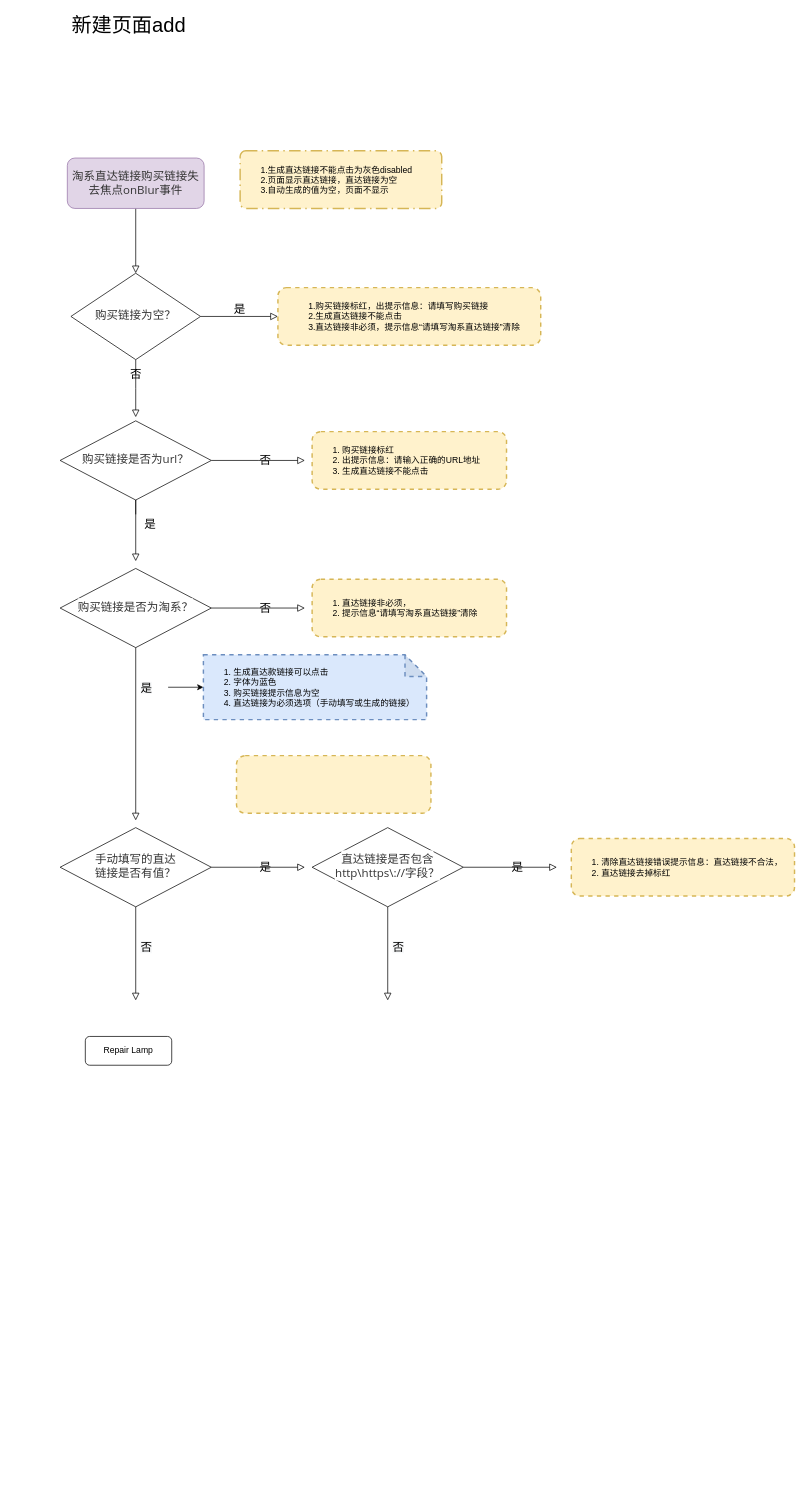
AnneLau/-algorithm_bubble keeps this draw.io diagram as 事件图.drawio. Above is the earlier version. Source tidied: cells renumbered, new cells numbered last; positions are measured from the earlier drawing's top-left corner, leaving out a move shared by most shapes. Both pictures are drawn from the tidied source at 72%, with x=0, y=0 at pixel (60, 14).
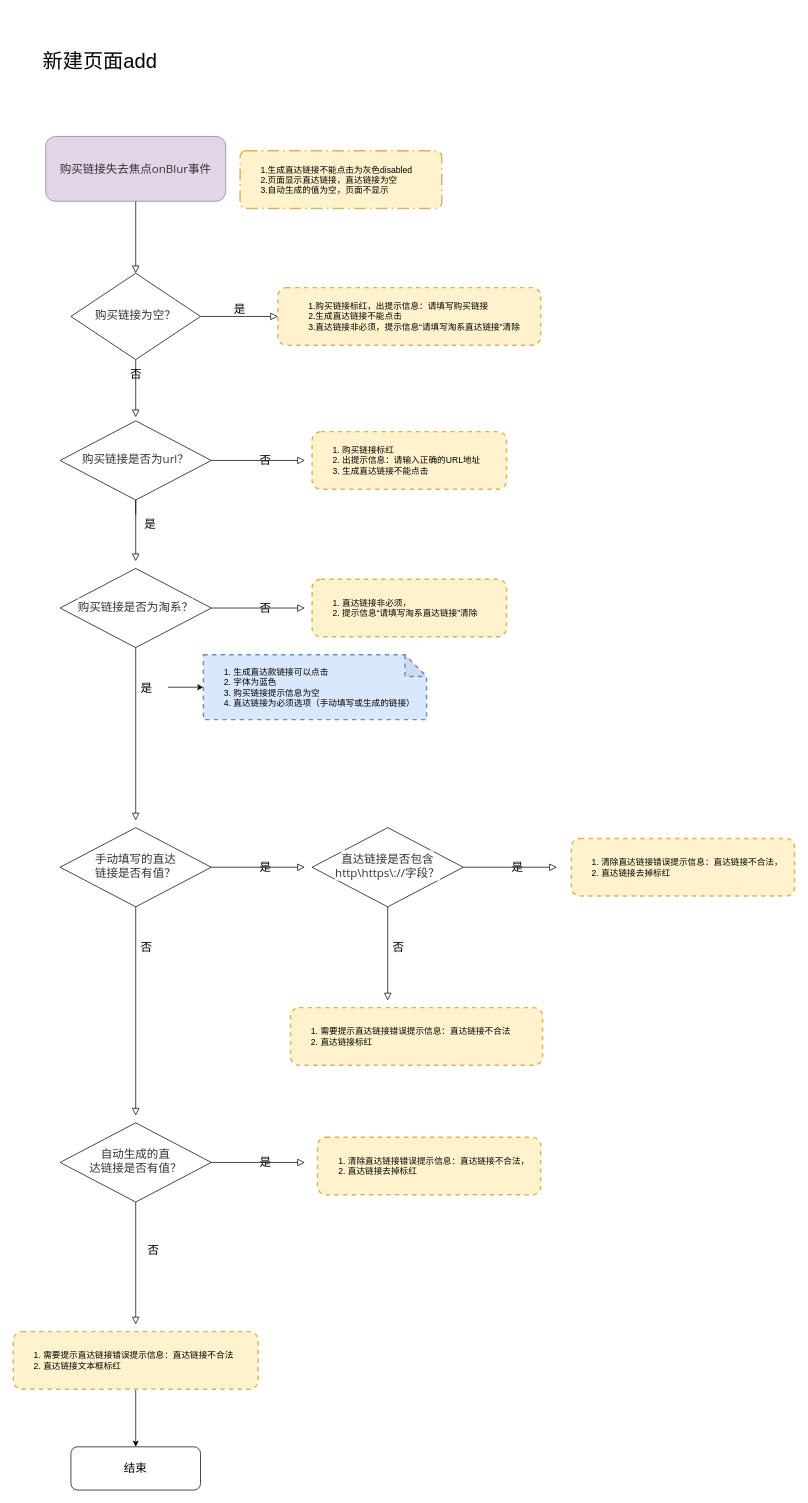
The same page after the edit.

Change to the diagram source:
```diff
@@
-<mxGraphModel>
+<mxGraphModel background="#ffffff">
@@
-    <mxCell id="3" value="&lt;font color=&quot;#333333&quot; face=&quot;open sans, clear sans, helvetica neue, helvetica, arial, sans-serif&quot;&gt;&lt;span style=&quot;font-size: 16px&quot;&gt;淘系直达链接购买链接失去焦点onBlur事件&lt;/span&gt;&lt;/font&gt;" style="rounded=1;whiteSpace=wrap;html=1;fontSize=12;glass=0;strokeWidth=1;shadow=0;fillColor=#e1d5e7;strokeColor=#9673a6;" parent="1" vertex="1">
-      <mxGeometry x="10" y="200" width="190" height="70" as="geometry" />
+    <mxCell id="3" value="&lt;font color=&quot;#333333&quot; face=&quot;open sans, clear sans, helvetica neue, helvetica, arial, sans-serif&quot;&gt;&lt;span style=&quot;font-size: 16px&quot;&gt;购买链接失去焦点onBlur事件&lt;/span&gt;&lt;/font&gt;" style="rounded=1;whiteSpace=wrap;html=1;fontSize=12;glass=0;strokeWidth=1;shadow=0;fillColor=#e1d5e7;strokeColor=#9673a6;" parent="1" vertex="1">
+      <mxGeometry x="-20" y="170" width="250" height="90" as="geometry" />
     </mxCell>
@@
-    <mxCell id="10" value="Repair Lamp" style="rounded=1;whiteSpace=wrap;html=1;fontSize=12;glass=0;strokeWidth=1;shadow=0;" parent="1" vertex="1">
-      <mxGeometry x="35" y="1420" width="120" height="40" as="geometry" />
+    <mxCell id="10" value="&lt;font style=&quot;font-size: 16px&quot;&gt;结束&lt;/font&gt;" style="rounded=1;whiteSpace=wrap;html=1;fontSize=12;glass=0;strokeWidth=1;shadow=0;" parent="1" vertex="1">
+      <mxGeometry x="15" y="1990" width="180" height="60" as="geometry" />
     </mxCell>
     <mxCell id="11" value="&lt;font style=&quot;font-size: 28px&quot;&gt;新建页面add&lt;/font&gt;" style="text;html=1;align=center;verticalAlign=middle;" parent="1" vertex="1">
-      <mxGeometry x="10" width="170" height="30" as="geometry" />
+      <mxGeometry x="-30" y="50" width="170" height="30" as="geometry" />
     </mxCell>
@@
     <mxCell id="24" style="rounded=0;html=1;jettySize=auto;orthogonalLoop=1;fontSize=11;endArrow=block;endFill=0;endSize=8;strokeWidth=1;shadow=0;labelBackgroundColor=none;edgeStyle=orthogonalEdgeStyle;" parent="1" edge="1">
       <mxGeometry relative="1" as="geometry">
         <mxPoint x="105" y="1240" as="sourcePoint" />
-        <mxPoint x="105" y="1370" as="targetPoint" />
+        <mxPoint x="105" y="1530" as="targetPoint" />
       </mxGeometry>
     </mxCell>
+    <mxCell id="32" style="edgeStyle=orthogonalEdgeStyle;rounded=0;jettySize=auto;html=1;" parent="1" edge="1" source="25" target="10">
+      <mxGeometry relative="1" as="geometry" />
+    </mxCell>
-    <mxCell id="25" value="&lt;blockquote style=&quot;margin: 0 0 0 40px ; border: none ; padding: 0px&quot;&gt;&lt;/blockquote&gt;&lt;blockquote style=&quot;margin: 0 0 0 40px ; border: none ; padding: 0px&quot;&gt;&lt;/blockquote&gt;&lt;blockquote style=&quot;margin: 0 0 0 40px ; border: none ; padding: 0px&quot;&gt;&lt;/blockquote&gt;&lt;div&gt;&lt;div&gt;&lt;br&gt;&lt;/div&gt;&lt;/div&gt;&lt;blockquote style=&quot;margin: 0 0 0 40px ; border: none ; padding: 0px&quot;&gt;&lt;/blockquote&gt;&lt;blockquote style=&quot;margin: 0 0 0 40px ; border: none ; padding: 0px&quot;&gt;&lt;/blockquote&gt;&lt;blockquote style=&quot;margin: 0 0 0 40px ; border: none ; padding: 0px&quot;&gt;&lt;/blockquote&gt;" style="rounded=1;whiteSpace=wrap;html=1;fontSize=12;glass=0;strokeWidth=2;shadow=0;align=left;fillColor=#fff2cc;strokeColor=#d6b656;dashed=1;" parent="1" vertex="1">
-      <mxGeometry x="245" y="1030" width="270" height="80" as="geometry" />
+    <mxCell id="25" value="&lt;blockquote style=&quot;margin: 0 0 0 40px ; border: none ; padding: 0px&quot;&gt;&lt;/blockquote&gt;&lt;blockquote style=&quot;margin: 0 0 0 40px ; border: none ; padding: 0px&quot;&gt;&lt;/blockquote&gt;&lt;blockquote style=&quot;margin: 0 0 0 40px ; border: none ; padding: 0px&quot;&gt;&lt;/blockquote&gt;&lt;div&gt;&lt;div&gt;&lt;ol&gt;&lt;li&gt;需要提示直达链接错误提示信息：直达链接不合法&lt;/li&gt;&lt;li&gt;直达链接文本框标红&lt;/li&gt;&lt;/ol&gt;&lt;/div&gt;&lt;/div&gt;&lt;blockquote style=&quot;margin: 0 0 0 40px ; border: none ; padding: 0px&quot;&gt;&lt;/blockquote&gt;&lt;blockquote style=&quot;margin: 0 0 0 40px ; border: none ; padding: 0px&quot;&gt;&lt;/blockquote&gt;&lt;blockquote style=&quot;margin: 0 0 0 40px ; border: none ; padding: 0px&quot;&gt;&lt;/blockquote&gt;" style="rounded=1;whiteSpace=wrap;html=1;fontSize=12;glass=0;strokeWidth=2;shadow=0;align=left;fillColor=#fff2cc;strokeColor=#d6b656;dashed=1;" parent="1" vertex="1">
+      <mxGeometry x="-65" y="1830" width="340" height="80" as="geometry" />
     </mxCell>
@@
+    <mxCell id="33" value="&lt;blockquote style=&quot;margin: 0 0 0 40px ; border: none ; padding: 0px&quot;&gt;&lt;/blockquote&gt;&lt;blockquote style=&quot;margin: 0 0 0 40px ; border: none ; padding: 0px&quot;&gt;&lt;/blockquote&gt;&lt;blockquote style=&quot;margin: 0 0 0 40px ; border: none ; padding: 0px&quot;&gt;&lt;/blockquote&gt;&lt;div&gt;&lt;ol&gt;&lt;li&gt;需要提示直达链接错误提示信息：直达链接不合法&lt;/li&gt;&lt;li&gt;直达链接标红&lt;br&gt;&lt;/li&gt;&lt;/ol&gt;&lt;/div&gt;&lt;blockquote style=&quot;margin: 0 0 0 40px ; border: none ; padding: 0px&quot;&gt;&lt;/blockquote&gt;&lt;blockquote style=&quot;margin: 0 0 0 40px ; border: none ; padding: 0px&quot;&gt;&lt;/blockquote&gt;&lt;blockquote style=&quot;margin: 0 0 0 40px ; border: none ; padding: 0px&quot;&gt;&lt;/blockquote&gt;" style="rounded=1;whiteSpace=wrap;html=1;fontSize=12;glass=0;strokeWidth=2;shadow=0;align=left;fillColor=#fff2cc;strokeColor=#d6b656;dashed=1;" parent="1" vertex="1">
+      <mxGeometry x="320" y="1380" width="350" height="80" as="geometry" />
+    </mxCell>
+    <mxCell id="34" value="&lt;font color=&quot;#333333&quot; face=&quot;open sans, clear sans, helvetica neue, helvetica, arial, sans-serif&quot;&gt;&lt;span style=&quot;font-size: 16px&quot;&gt;自动生成的直&lt;br&gt;达链接是否有值？&lt;/span&gt;&lt;/font&gt;" style="rhombus;whiteSpace=wrap;html=1;shadow=0;fontFamily=Helvetica;fontSize=12;align=center;strokeWidth=1;spacing=6;spacingTop=-4;" parent="1" vertex="1">
+      <mxGeometry y="1540" width="210" height="110" as="geometry" />
+    </mxCell>
+    <mxCell id="35" value="&lt;span style=&quot;font-size: 16px&quot;&gt;是&lt;/span&gt;" style="edgeStyle=orthogonalEdgeStyle;rounded=0;html=1;jettySize=auto;fontSize=11;endArrow=block;endFill=0;endSize=8;strokeWidth=1;shadow=0;labelBackgroundColor=none;" parent="1" edge="1" source="34">
+      <mxGeometry y="10" relative="1" as="geometry">
+        <mxPoint x="340" y="1595" as="targetPoint" />
+      </mxGeometry>
+    </mxCell>
+    <mxCell id="36" style="rounded=0;html=1;jettySize=auto;orthogonalLoop=1;fontSize=11;endArrow=block;endFill=0;endSize=8;strokeWidth=1;shadow=0;labelBackgroundColor=none;edgeStyle=orthogonalEdgeStyle;" parent="1" edge="1">
+      <mxGeometry relative="1" as="geometry">
+        <mxPoint x="105" y="1650" as="sourcePoint" />
+        <mxPoint x="105" y="1820" as="targetPoint" />
+      </mxGeometry>
+    </mxCell>
+    <mxCell id="37" value="&lt;blockquote style=&quot;margin: 0 0 0 40px ; border: none ; padding: 0px&quot;&gt;&lt;/blockquote&gt;&lt;blockquote style=&quot;margin: 0 0 0 40px ; border: none ; padding: 0px&quot;&gt;&lt;/blockquote&gt;&lt;blockquote style=&quot;margin: 0 0 0 40px ; border: none ; padding: 0px&quot;&gt;&lt;/blockquote&gt;&lt;div&gt;&lt;ol&gt;&lt;li&gt;清除直达链接错误提示信息：直达链接不合法，&lt;/li&gt;&lt;li&gt;直达链接去掉标红&lt;/li&gt;&lt;/ol&gt;&lt;/div&gt;&lt;blockquote style=&quot;margin: 0 0 0 40px ; border: none ; padding: 0px&quot;&gt;&lt;/blockquote&gt;&lt;blockquote style=&quot;margin: 0 0 0 40px ; border: none ; padding: 0px&quot;&gt;&lt;/blockquote&gt;&lt;blockquote style=&quot;margin: 0 0 0 40px ; border: none ; padding: 0px&quot;&gt;&lt;/blockquote&gt;" style="rounded=1;whiteSpace=wrap;html=1;fontSize=12;glass=0;strokeWidth=2;shadow=0;align=left;fillColor=#fff2cc;strokeColor=#d6b656;dashed=1;" parent="1" vertex="1">
+      <mxGeometry x="357.5" y="1560" width="310" height="80" as="geometry" />
+    </mxCell>
+    <mxCell id="38" value="&lt;span style=&quot;color: rgb(0 , 0 , 0) ; font-family: &amp;#34;helvetica&amp;#34; ; font-size: 16px ; font-style: normal ; font-weight: 400 ; letter-spacing: normal ; text-align: center ; text-indent: 0px ; text-transform: none ; word-spacing: 0px ; background-color: rgb(248 , 249 , 250) ; display: inline ; float: none&quot;&gt;否&lt;/span&gt;" style="text;whiteSpace=wrap;html=1;" parent="1" vertex="1">
+      <mxGeometry x="120" y="1700" width="40" height="30" as="geometry" />
+    </mxCell>
```
